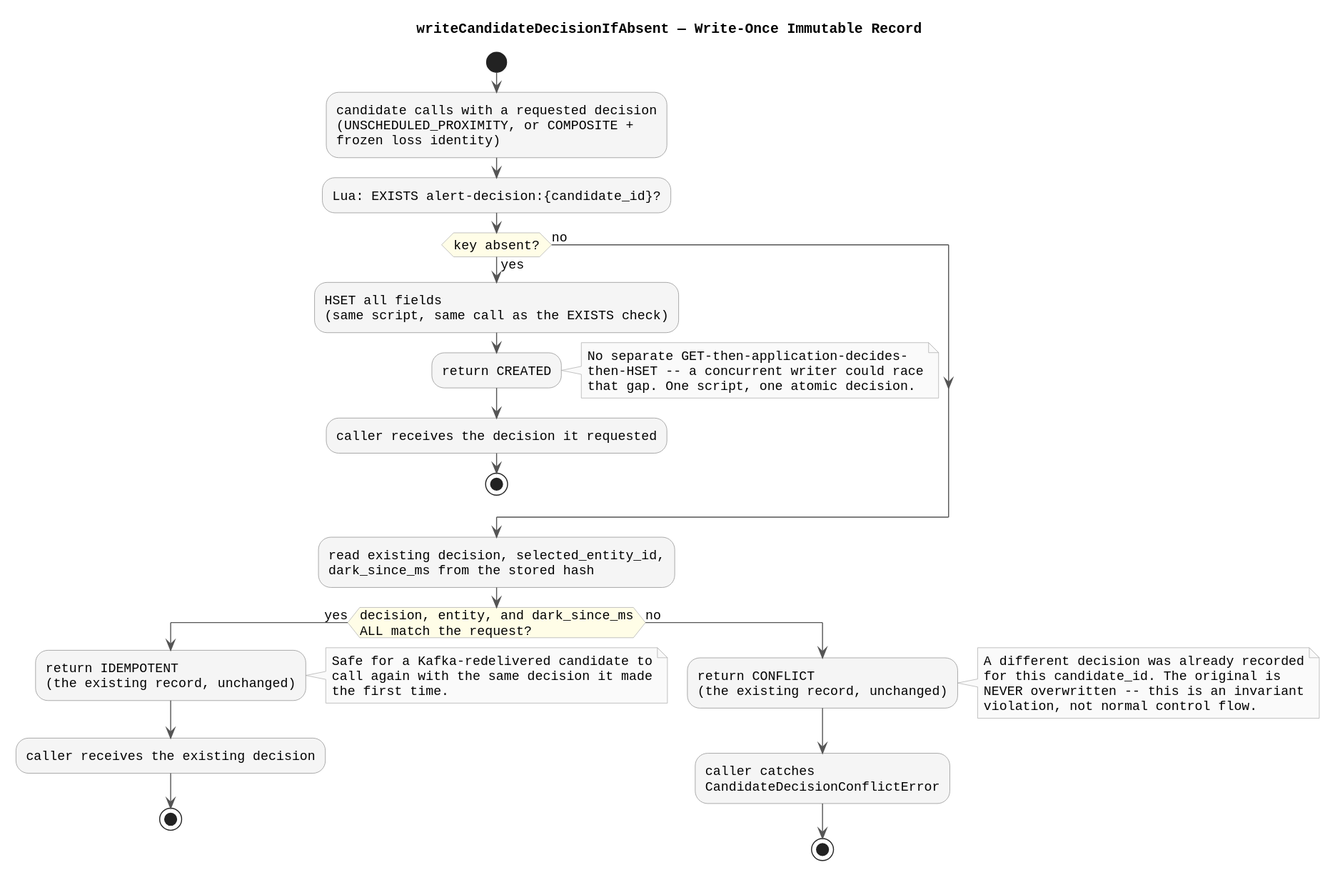
The PlantUML diagram diagrams/docs/implementation/phase-06-composite-correlation/concepts/candidate-decision-record/write-once-decision.svg in Buffden/sentinel, before a commit. The source it was exported from:
```plantuml
@startuml
title writeCandidateDecisionIfAbsent — Write-Once Immutable Record

skinparam linetype ortho
skinparam defaultFontName Monospaced
skinparam defaultFontSize 13
skinparam ArrowColor #555555
skinparam ActivityBackgroundColor #F5F5F5
skinparam ActivityBorderColor #888888
skinparam ActivityDiamondBackgroundColor #FFFDE7
skinparam ActivityDiamondBorderColor #AAAAAA
skinparam NoteBackgroundColor #FAFAFA
skinparam NoteBorderColor #AAAAAA

start

:candidate calls with a requested decision\n(UNSCHEDULED_PROXIMITY, or COMPOSITE +\nfrozen loss identity);

:Lua: EXISTS alert-decision:{candidate_id}?;

if (key absent?) then (yes)
  :HSET all fields\n(same script, same call as the EXISTS check);
  :return CREATED;
  note right
    No separate GET-then-application-decides-
    then-HSET -- a concurrent writer could race
    that gap. One script, one atomic decision.
  end note
  :caller receives the decision it requested;
  stop
else (no)
endif

:read existing decision, selected_entity_id,\ndark_since_ms from the stored hash;

if (decision, entity, and dark_since_ms\nALL match the request?) then (yes)
  :return IDEMPOTENT\n(the existing record, unchanged);
  note right
    Safe for a Kafka-redelivered candidate to
    call again with the same decision it made
    the first time.
  end note
  :caller receives the existing decision;
  stop
else (no)
  :return CONFLICT\n(the existing record, unchanged);
  note right
    A different decision was already recorded
    for this candidate_id. The original is
    NEVER overwritten -- this is an invariant
    violation, not normal control flow.
  end note
  :caller catches\nCandidateDecisionConflictError;
  stop
endif
@enduml
```
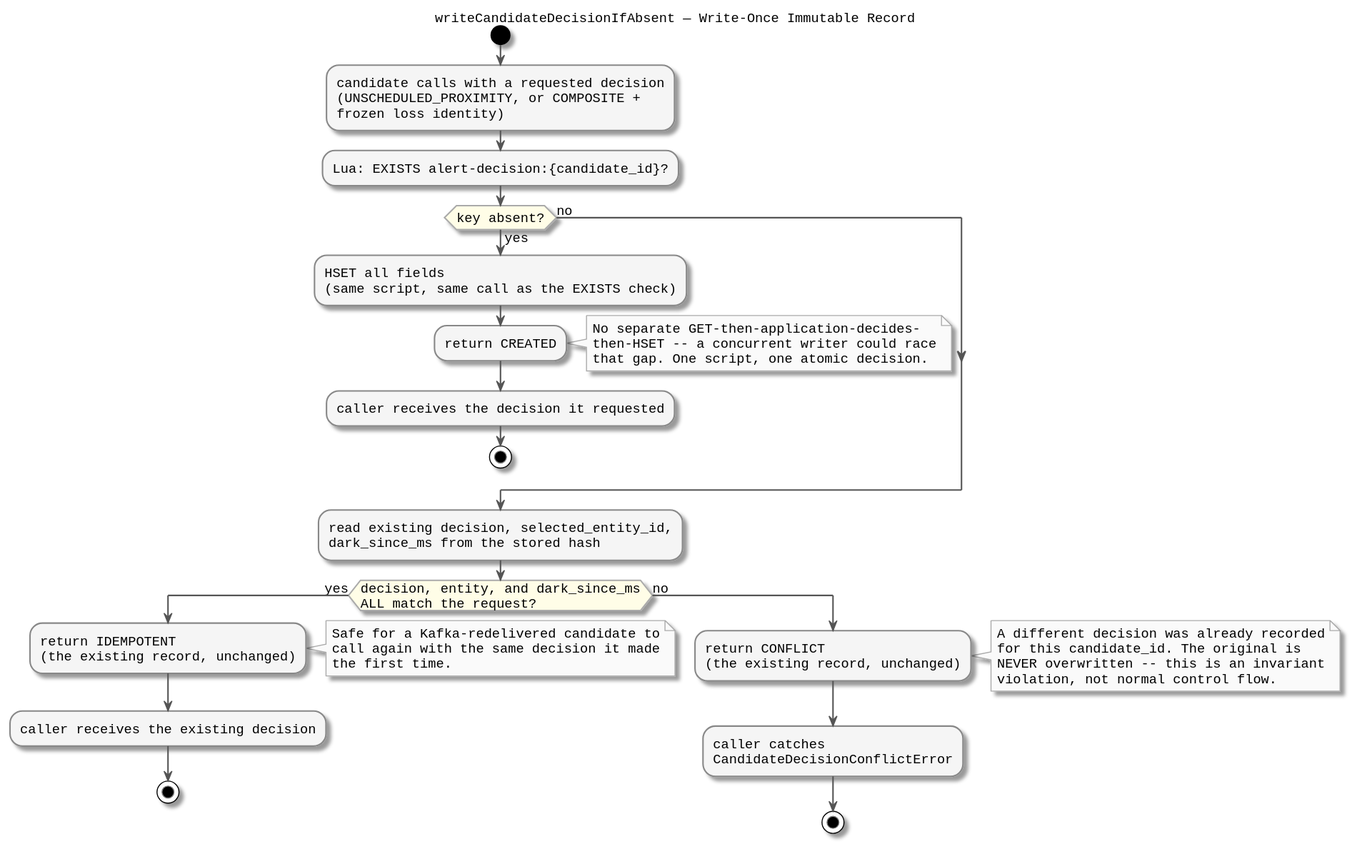
After the change.

What changed in the source:
```diff
@@ -1,4 +1,4 @@
-@startuml
+@startuml write-once-decision
 title writeCandidateDecisionIfAbsent — Write-Once Immutable Record
 
 skinparam linetype ortho
@@ -53,4 +53,5 @@
   :caller catches\nCandidateDecisionConflictError;
   stop
 endif
+
 @enduml
```
